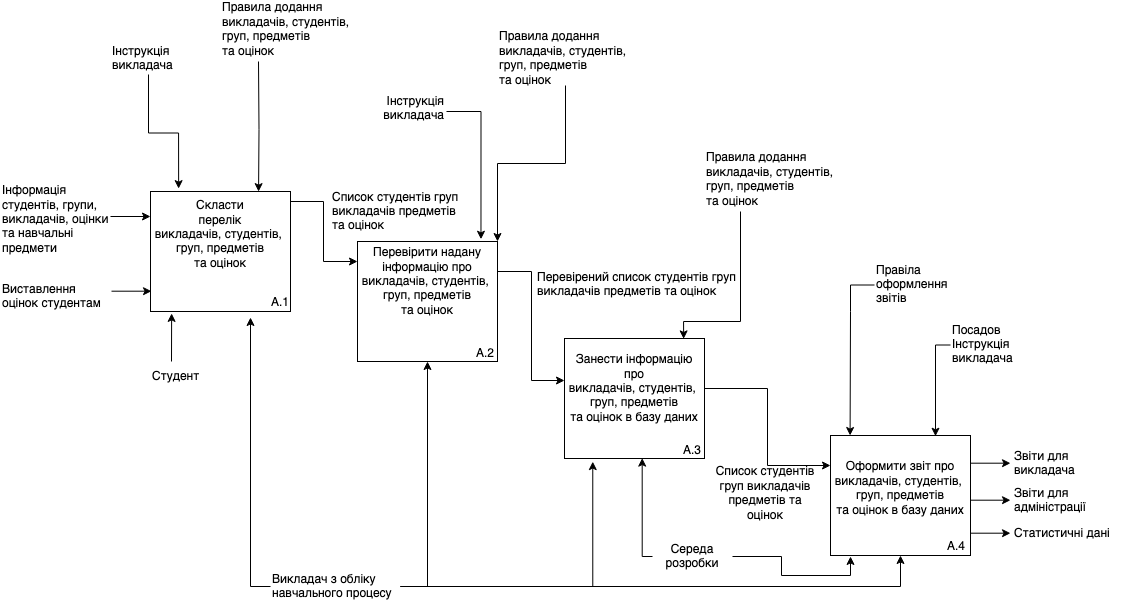
The draw.io diagram docs/Diagram SADT-4.png in MikeostCorp/Gradify, before a commit. Source tidied: cells renumbered, new cells last; positions are measured from the earlier drawing's top-left corner, leaving out a move shared by most shapes.
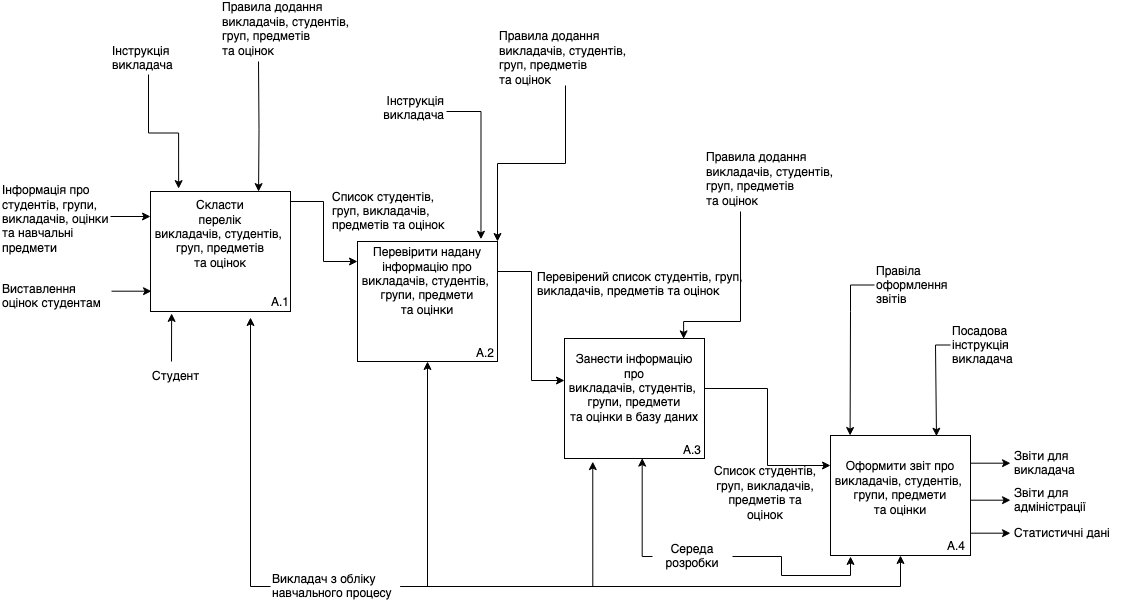
Above is the later version.

Diff of the diagram source:
```diff
@@ -22,7 +22,7 @@
     <mxCell id="6" style="rounded=0;whiteSpace=wrap;html=1;" parent="1" vertex="1">
       <mxGeometry x="357" y="240" width="140" height="120" as="geometry" />
     </mxCell>
-    <mxCell id="7" value="Перевірити надану інформацію про&lt;br&gt;викладачів, студентів,&amp;nbsp;&lt;br&gt;груп, предметів&lt;br&gt;та оцінок" style="text;html=1;strokeColor=none;fillColor=none;align=center;verticalAlign=middle;whiteSpace=wrap;rounded=0;" parent="1" vertex="1">
+    <mxCell id="7" value="Перевірити надану інформацію про&lt;br&gt;викладачів, студентів,&amp;nbsp;&lt;br&gt;групи, предмети&lt;br&gt;та оцінки" style="text;html=1;strokeColor=none;fillColor=none;align=center;verticalAlign=middle;whiteSpace=wrap;rounded=0;" parent="1" vertex="1">
       <mxGeometry x="357" y="240" width="140" height="80" as="geometry" />
     </mxCell>
     <mxCell id="8" value="A.2" style="text;html=1;strokeColor=none;fillColor=none;align=center;verticalAlign=middle;whiteSpace=wrap;rounded=0;" parent="1" vertex="1">
@@ -34,13 +34,13 @@
     <mxCell id="10" style="edgeStyle=orthogonalEdgeStyle;rounded=0;jettySize=auto;html=1;entryX=0;entryY=0.25;entryDx=0;entryDy=0;" parent="1" edge="1" source="11" target="18">
       <mxGeometry relative="1" as="geometry" />
     </mxCell>
-    <mxCell id="11" value="Занести інформацію про&lt;br&gt;викладачів, студентів,&amp;nbsp;&lt;br&gt;груп, предметів&lt;br&gt;та оцінок в базу даних" style="text;html=1;strokeColor=none;fillColor=none;align=center;verticalAlign=middle;whiteSpace=wrap;rounded=0;" parent="1" vertex="1">
+    <mxCell id="11" value="Занести інформацію про&lt;br&gt;викладачів, студентів,&amp;nbsp;&lt;br&gt;групи, предмети&lt;br&gt;та оцінки в базу даних" style="text;html=1;strokeColor=none;fillColor=none;align=center;verticalAlign=middle;whiteSpace=wrap;rounded=0;" parent="1" vertex="1">
       <mxGeometry x="564" y="337" width="140" height="100" as="geometry" />
     </mxCell>
     <mxCell id="12" value="A.3" style="text;html=1;strokeColor=none;fillColor=none;align=center;verticalAlign=middle;whiteSpace=wrap;rounded=0;" parent="1" vertex="1">
       <mxGeometry x="662" y="434" width="60" height="30" as="geometry" />
     </mxCell>
-    <mxCell id="13" value="Список студентів груп викладачів предметів та оцінок" style="text;html=1;strokeColor=none;fillColor=none;align=left;verticalAlign=middle;whiteSpace=wrap;rounded=0;" parent="1" vertex="1">
+    <mxCell id="13" value="Список студентів, груп, викладачів, предметів та оцінок" style="text;html=1;strokeColor=none;fillColor=none;align=left;verticalAlign=middle;whiteSpace=wrap;rounded=0;" parent="1" vertex="1">
       <mxGeometry x="330" y="195" width="130" height="30" as="geometry" />
     </mxCell>
     <mxCell id="14" style="endArrow=classic;html=1;rounded=0;entryX=0;entryY=1;entryDx=0;entryDy=0;" parent="1" edge="1">
@@ -49,7 +49,7 @@
         <mxPoint x="150" y="215" as="targetPoint" />
       </mxGeometry>
     </mxCell>
-    <mxCell id="15" value="&lt;div style=&quot;font-size: 12px;&quot;&gt;Інформація студентів, групи, викладачів, оцінки та навчальні предмети&lt;/div&gt;" style="text;strokeColor=none;fillColor=none;align=left;verticalAlign=middle;whiteSpace=wrap;rounded=0;shadow=0;fontStyle=0;html=1;fontSize=12;spacingTop=0;" parent="1" vertex="1">
+    <mxCell id="15" value="&lt;div style=&quot;font-size: 12px;&quot;&gt;Інформація про студентів, групи, викладачів, оцінки та навчальні предмети&lt;/div&gt;" style="text;strokeColor=none;fillColor=none;align=left;verticalAlign=middle;whiteSpace=wrap;rounded=0;shadow=0;fontStyle=0;html=1;fontSize=12;spacingTop=0;" parent="1" vertex="1">
       <mxGeometry y="180" width="110" height="75" as="geometry" />
     </mxCell>
     <mxCell id="16" style="endArrow=classic;html=1;rounded=0;entryX=0;entryY=1;entryDx=0;entryDy=0;" parent="1" edge="1">
@@ -64,7 +64,7 @@
     <mxCell id="18" style="rounded=0;whiteSpace=wrap;html=1;" parent="1" vertex="1">
       <mxGeometry x="830" y="434" width="140" height="120" as="geometry" />
     </mxCell>
-    <mxCell id="19" value="Оформити звіт про&lt;br&gt;викладачів, студентів,&amp;nbsp;&lt;br&gt;груп, предметів&lt;br&gt;та оцінок в базу даних" style="text;html=1;strokeColor=none;fillColor=none;align=center;verticalAlign=middle;whiteSpace=wrap;rounded=0;" parent="1" vertex="1">
+    <mxCell id="19" value="Оформити звіт про&lt;br&gt;викладачів, студентів,&amp;nbsp;&lt;br&gt;групи, предмети&lt;br&gt;та оцінки" style="text;html=1;strokeColor=none;fillColor=none;align=center;verticalAlign=middle;whiteSpace=wrap;rounded=0;" parent="1" vertex="1">
       <mxGeometry x="830" y="437" width="140" height="100" as="geometry" />
     </mxCell>
     <mxCell id="20" value="A.4" style="text;html=1;strokeColor=none;fillColor=none;align=center;verticalAlign=middle;whiteSpace=wrap;rounded=0;" parent="1" vertex="1">
@@ -136,10 +136,10 @@
     <mxCell id="34" value="&lt;font style=&quot;font-size: 12px;&quot;&gt;Викладач з обліку навчального процесу&lt;/font&gt;" style="text;strokeColor=none;fillColor=none;align=left;verticalAlign=middle;whiteSpace=wrap;rounded=0;shadow=0;fontStyle=0;html=1;fontSize=9;spacingTop=0;" parent="1" vertex="1">
       <mxGeometry x="270" y="570" width="130" height="30" as="geometry" />
     </mxCell>
-    <mxCell id="35" value="Перевірений список студентів груп викладачів предметів та оцінок" style="text;html=1;strokeColor=none;fillColor=none;align=left;verticalAlign=middle;whiteSpace=wrap;rounded=0;" parent="1" vertex="1">
+    <mxCell id="35" value="Перевірений список студентів, груп, викладачів, предметів та оцінок" style="text;html=1;strokeColor=none;fillColor=none;align=left;verticalAlign=middle;whiteSpace=wrap;rounded=0;" parent="1" vertex="1">
       <mxGeometry x="535" y="265" width="211" height="35" as="geometry" />
     </mxCell>
-    <mxCell id="36" value="Список студентів груп викладачів предметів та оцінок" style="text;html=1;strokeColor=none;fillColor=none;align=center;verticalAlign=middle;whiteSpace=wrap;rounded=0;" parent="1" vertex="1">
+    <mxCell id="36" value="Список студентів, груп, викладачів, предметів та оцінок" style="text;html=1;strokeColor=none;fillColor=none;align=center;verticalAlign=middle;whiteSpace=wrap;rounded=0;" parent="1" vertex="1">
       <mxGeometry x="710" y="477" width="110" height="30" as="geometry" />
     </mxCell>
     <mxCell id="37" style="edgeStyle=orthogonalEdgeStyle;rounded=0;jettySize=auto;html=1;entryX=0.555;entryY=0.997;entryDx=0;entryDy=0;entryPerimeter=0;" parent="1" edge="1" source="39" target="9">
@@ -163,7 +163,7 @@
         </Array>
       </mxGeometry>
     </mxCell>
-    <mxCell id="41" value="&lt;div style=&quot;font-size: 12px;&quot;&gt;Посадов&lt;/div&gt;&lt;div style=&quot;font-size: 12px;&quot;&gt;Інструкція&lt;/div&gt;&lt;div style=&quot;font-size: 12px;&quot;&gt;викладача&lt;/div&gt;" style="text;strokeColor=none;fillColor=none;align=left;verticalAlign=middle;whiteSpace=wrap;rounded=0;shadow=0;fontStyle=0;html=1;fontSize=12;spacingTop=0;" parent="1" vertex="1">
+    <mxCell id="41" value="&lt;div style=&quot;font-size: 12px;&quot;&gt;Посадова&lt;/div&gt;&lt;div style=&quot;font-size: 12px;&quot;&gt;інструкція&lt;/div&gt;&lt;div style=&quot;font-size: 12px;&quot;&gt;викладача&lt;/div&gt;" style="text;strokeColor=none;fillColor=none;align=left;verticalAlign=middle;whiteSpace=wrap;rounded=0;shadow=0;fontStyle=0;html=1;fontSize=12;spacingTop=0;" parent="1" vertex="1">
       <mxGeometry x="950" y="327" width="76" height="33" as="geometry" />
     </mxCell>
     <mxCell id="42" style="edgeStyle=orthogonalEdgeStyle;rounded=0;jettySize=auto;html=1;entryX=0.14;entryY=-0.03;entryDx=0;entryDy=0;entryPerimeter=0;" parent="1" edge="1" source="43" target="19">
```
